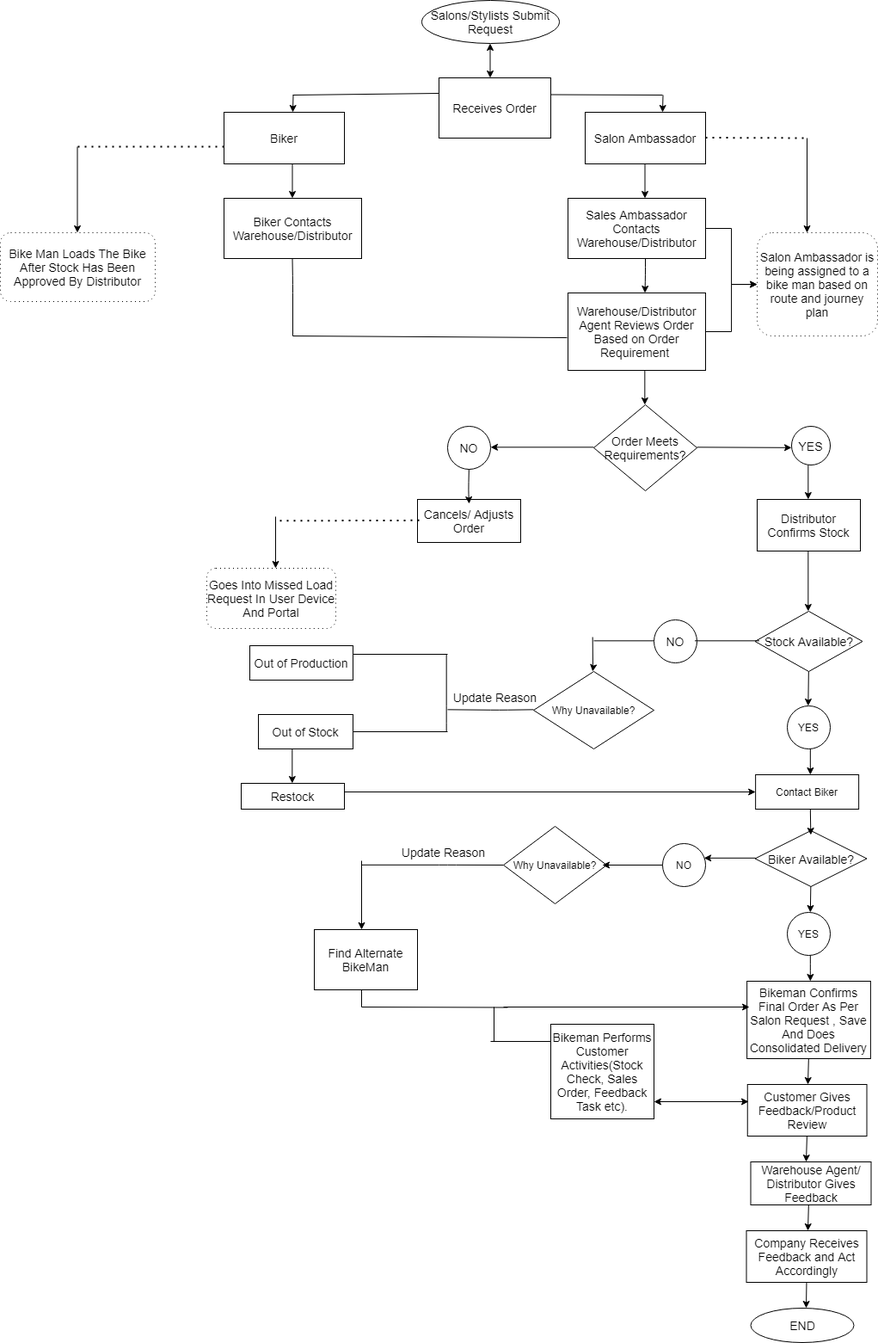
The draw.io diagram Untitled Diagram2.png in Meiyoure/ddl_internship_quiz, before a commit. Source tidied: cells renumbered, new cells last; positions are measured from the earlier drawing's top-left corner, leaving out a move shared by most shapes.
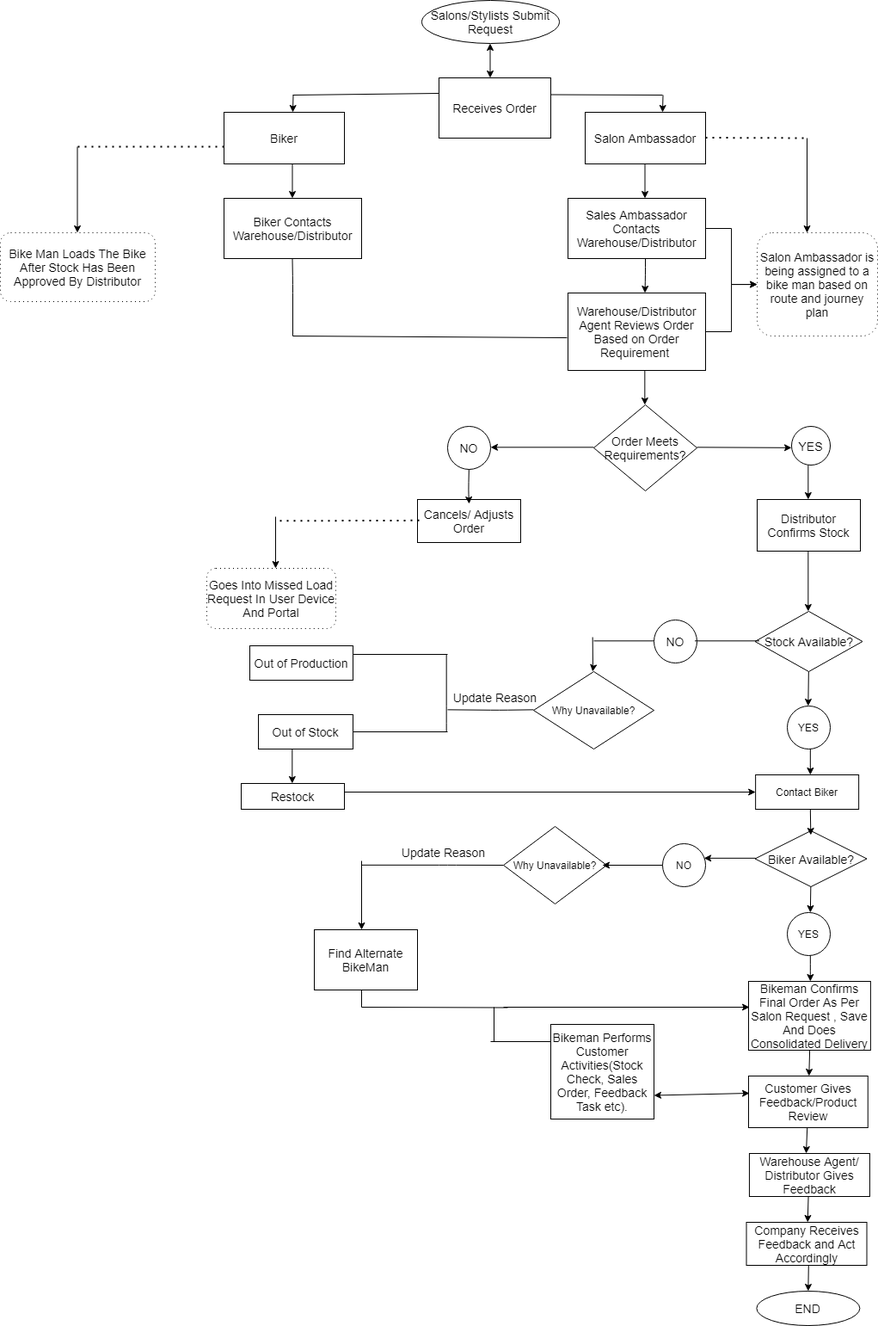
Later version of the same file.

What changed in the source:
```diff
@@ -51,7 +51,7 @@
       </mxGeometry>
     </mxCell>
     <mxCell id="15" value="&lt;font style=&quot;font-size: 14px&quot;&gt;Warehouse Agent/ Distributor Gives Feedback&lt;/font&gt;" style="whiteSpace=wrap;html=1;" parent="1" vertex="1">
-      <mxGeometry x="872.5" y="1350" width="140" height="50" as="geometry" />
+      <mxGeometry x="870.9" y="1340" width="140" height="50" as="geometry" />
     </mxCell>
     <mxCell id="16" value="&lt;font style=&quot;font-size: 12px&quot;&gt;Why Unavailable?&lt;/font&gt;" style="rhombus;whiteSpace=wrap;html=1;" parent="1" vertex="1">
       <mxGeometry x="585" y="960" width="120" height="90" as="geometry" />
@@ -258,28 +258,28 @@
       </mxGeometry>
     </mxCell>
     <mxCell id="57" value="&lt;span&gt;&lt;font style=&quot;font-size: 14px&quot;&gt;Bikeman Confirms Final Order As Per Salon Request , Save And Does Consolidated Delivery&lt;/font&gt;&lt;/span&gt;" style="rounded=0;whiteSpace=wrap;html=1;" parent="1" vertex="1">
-      <mxGeometry x="868.1" y="1140" width="143.8" height="90" as="geometry" />
+      <mxGeometry x="870" y="1140" width="141.9" height="80" as="geometry" />
     </mxCell>
     <mxCell id="58" value="&lt;font style=&quot;font-size: 14px&quot;&gt;Bikeman Performs Customer Activities(Stock Check, Sales Order, Feedback Task etc).&lt;/font&gt;" style="rounded=0;whiteSpace=wrap;html=1;" parent="1" vertex="1">
       <mxGeometry x="640" y="1190" width="120" height="110" as="geometry" />
     </mxCell>
     <mxCell id="59" style="endArrow=classic;html=1;" parent="1" edge="1">
       <mxGeometry relative="1" as="geometry">
-        <mxPoint x="939.8" y="1400" as="sourcePoint" />
-        <mxPoint x="939" y="1430" as="targetPoint" />
+        <mxPoint x="939.6" y="1390" as="sourcePoint" />
+        <mxPoint x="938.7" y="1420" as="targetPoint" />
       </mxGeometry>
     </mxCell>
     <mxCell id="60" value="&lt;font style=&quot;font-size: 14px&quot;&gt;Company Receives Feedback and Act Accordingly&lt;/font&gt;" style="rounded=0;whiteSpace=wrap;html=1;" parent="1" vertex="1">
-      <mxGeometry x="867.5" y="1430" width="140" height="60" as="geometry" />
+      <mxGeometry x="867.5" y="1420" width="140" height="50" as="geometry" />
     </mxCell>
     <mxCell id="61" style="endArrow=classic;html=1;" parent="1" edge="1">
       <mxGeometry relative="1" as="geometry">
-        <mxPoint x="937.5" y="1490" as="sourcePoint" />
-        <mxPoint x="937" y="1520" as="targetPoint" />
+        <mxPoint x="939.8" y="1470" as="sourcePoint" />
+        <mxPoint x="939.3" y="1500" as="targetPoint" />
       </mxGeometry>
     </mxCell>
     <mxCell id="62" value="&lt;font style=&quot;font-size: 14px&quot;&gt;END&lt;/font&gt;" style="ellipse;whiteSpace=wrap;html=1;" parent="1" vertex="1">
-      <mxGeometry x="872.5" y="1520" width="120" height="40" as="geometry" />
+      <mxGeometry x="879.4" y="1500" width="120" height="40" as="geometry" />
     </mxCell>
     <mxCell id="63" value="&lt;font style=&quot;font-size: 14px&quot;&gt;Update Reason&lt;/font&gt;" style="text;html=1;align=center;verticalAlign=middle;" parent="1" vertex="1">
       <mxGeometry x="520" y="800" width="110" height="20" as="geometry" />
@@ -365,7 +365,7 @@
     <mxCell id="77" style="endArrow=classic;html=1;" parent="1" edge="1">
       <mxGeometry relative="1" as="geometry">
         <mxPoint x="938.2" y="1310" as="sourcePoint" />
-        <mxPoint x="937" y="1350" as="targetPoint" />
+        <mxPoint x="937" y="1340" as="targetPoint" />
       </mxGeometry>
     </mxCell>
     <mxCell id="78" style="edgeStyle=orthogonalEdgeStyle;rounded=0;orthogonalLoop=1;jettySize=auto;html=1;exitX=0.5;exitY=1;exitDx=0;exitDy=0;" parent="1" edge="1" source="60" target="60">
@@ -383,12 +383,12 @@
       </mxGeometry>
     </mxCell>
     <mxCell id="81" value="&lt;font style=&quot;font-size: 14px&quot;&gt;Customer Gives Feedback/Product Review&lt;/font&gt;" style="rounded=0;whiteSpace=wrap;html=1;" parent="1" vertex="1">
-      <mxGeometry x="868.8" y="1260" width="138.8" height="60" as="geometry" />
+      <mxGeometry x="870" y="1250" width="138.8" height="60" as="geometry" />
     </mxCell>
     <mxCell id="82" style="endArrow=classic;html=1;" parent="1" edge="1">
       <mxGeometry relative="1" as="geometry">
-        <mxPoint x="939.8" y="1230" as="sourcePoint" />
-        <mxPoint x="939" y="1260" as="targetPoint" />
+        <mxPoint x="941.1" y="1220" as="sourcePoint" />
+        <mxPoint x="940.3" y="1250" as="targetPoint" />
       </mxGeometry>
     </mxCell>
     <mxCell id="83" style="endArrow=none;html=1;" parent="1" edge="1">
@@ -421,9 +421,9 @@
         <mxPoint x="871" y="1170" as="targetPoint" />
       </mxGeometry>
     </mxCell>
-    <mxCell id="88" style="endArrow=classic;startArrow=classic;html=1;entryX=0.009;entryY=0.333;entryDx=0;entryDy=0;entryPerimeter=0;" parent="1" edge="1" target="81">
+    <mxCell id="88" style="endArrow=classic;startArrow=classic;html=1;exitX=1;exitY=0.75;exitDx=0;exitDy=0;" parent="1" edge="1" source="58">
       <mxGeometry relative="1" as="geometry">
-        <mxPoint x="760" y="1280" as="sourcePoint" />
+        <mxPoint x="871" y="1270" as="targetPoint" />
       </mxGeometry>
     </mxCell>
     <mxCell id="89" style="endArrow=classic;html=1;" parent="1" edge="1">
```
